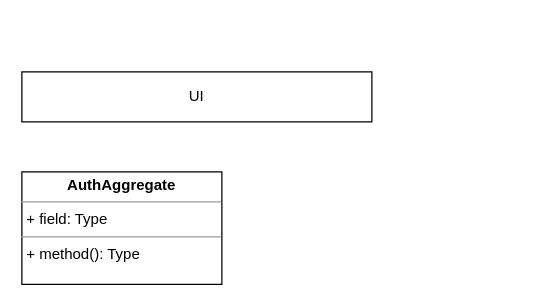
Above: architecture.drawio in medical-voice-io/Movies (draw.io), before the change. Source tidied: cells renumbered, new cells numbered last; positions are measured from the earlier drawing's top-left corner, leaving out a move shared by most shapes. Both pictures are drawn from the tidied source at 125%, with x=0, y=0 at pixel (21, 71).
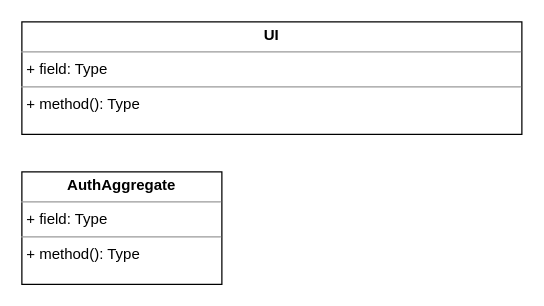
Above is the later version.

What changed in the source:
```diff
@@
 <mxGraphModel>
   <root>
     <mxCell id="0" />
     <mxCell id="1" parent="0" />
-    <mxCell id="2" value="UI" style="html=1;whiteSpace=wrap;" parent="1" vertex="1">
-      <mxGeometry width="280" height="40" as="geometry" />
-    </mxCell>
     <mxCell id="3" value="&lt;p style=&quot;margin:0px;margin-top:4px;text-align:center;&quot;&gt;&lt;b&gt;AuthAggregate&lt;/b&gt;&lt;/p&gt;&lt;hr size=&quot;1&quot;&gt;&lt;p style=&quot;margin:0px;margin-left:4px;&quot;&gt;+ field: Type&lt;/p&gt;&lt;hr size=&quot;1&quot;&gt;&lt;p style=&quot;margin:0px;margin-left:4px;&quot;&gt;+ method(): Type&lt;/p&gt;" style="verticalAlign=top;align=left;overflow=fill;html=1;whiteSpace=wrap;" parent="1" vertex="1">
       <mxGeometry y="80" width="160" height="90" as="geometry" />
     </mxCell>
+    <mxCell id="4" value="&lt;p style=&quot;margin:0px;margin-top:4px;text-align:center;&quot;&gt;&lt;b&gt;UI&lt;/b&gt;&lt;/p&gt;&lt;hr size=&quot;1&quot;&gt;&lt;p style=&quot;margin:0px;margin-left:4px;&quot;&gt;+ field: Type&lt;/p&gt;&lt;hr size=&quot;1&quot;&gt;&lt;p style=&quot;margin:0px;margin-left:4px;&quot;&gt;+ method(): Type&lt;/p&gt;" style="verticalAlign=top;align=left;overflow=fill;html=1;whiteSpace=wrap;" parent="1" vertex="1">
+      <mxGeometry y="-40" width="400" height="90" as="geometry" />
+    </mxCell>
   </root>
 </mxGraphModel>
```
